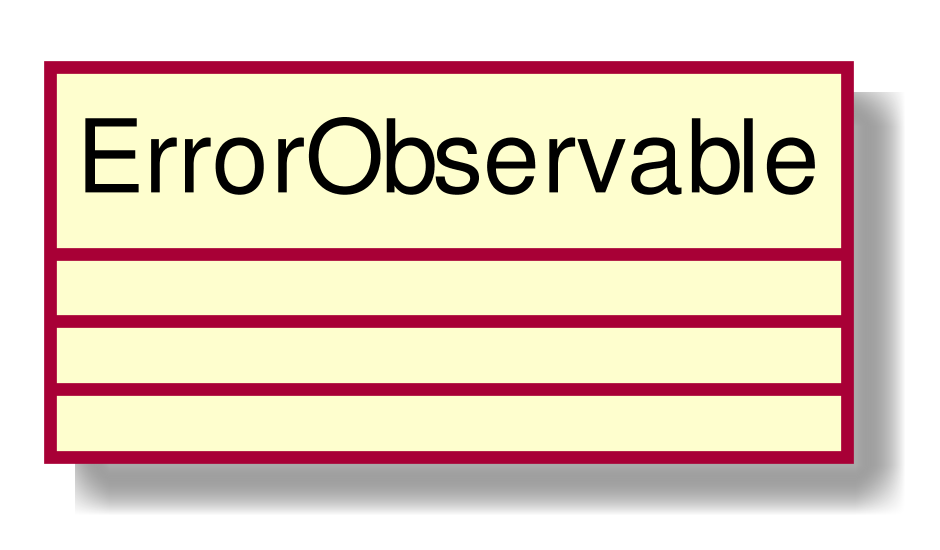
The PlantUML diagram RP/Esterni/DefinizioneDiProdotto/images/ClassErrorObservable.png in CoCodeSWE/Docs, before a commit.
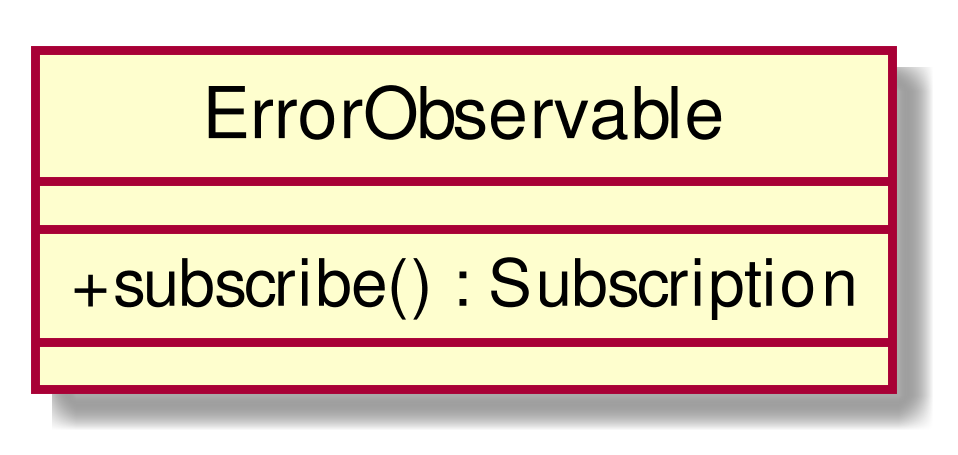
Later version of the same file.

The edit, as a diff of the source:
```diff
@@ -3,6 +3,7 @@
 skinparam classAttributeIconSize 0
 class ErrorObservable{
 __
++ subscribe() : Subscription
 __
 
 }
```
